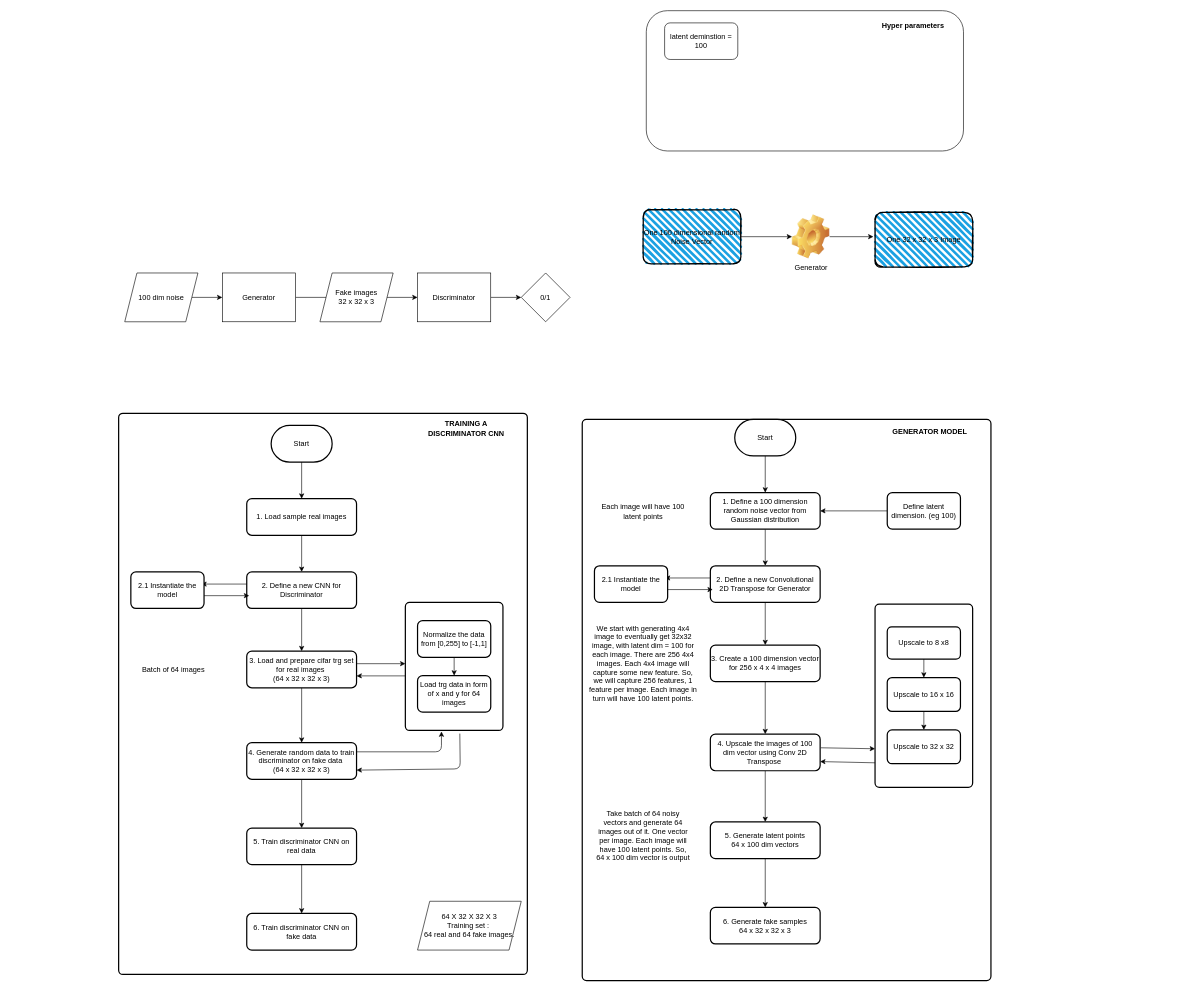
Before: _posts/concepts/genai/diagrams/gan.drawio in samratkar/samratkar.github.io, a draw.io diagram. Source tidied: cells renumbered, new cells numbered last; positions are measured from the earlier drawing's top-left corner, leaving out a move shared by most shapes. Both pictures are drawn from the tidied source at 61%, with x=0, y=0 at pixel (118, 10).
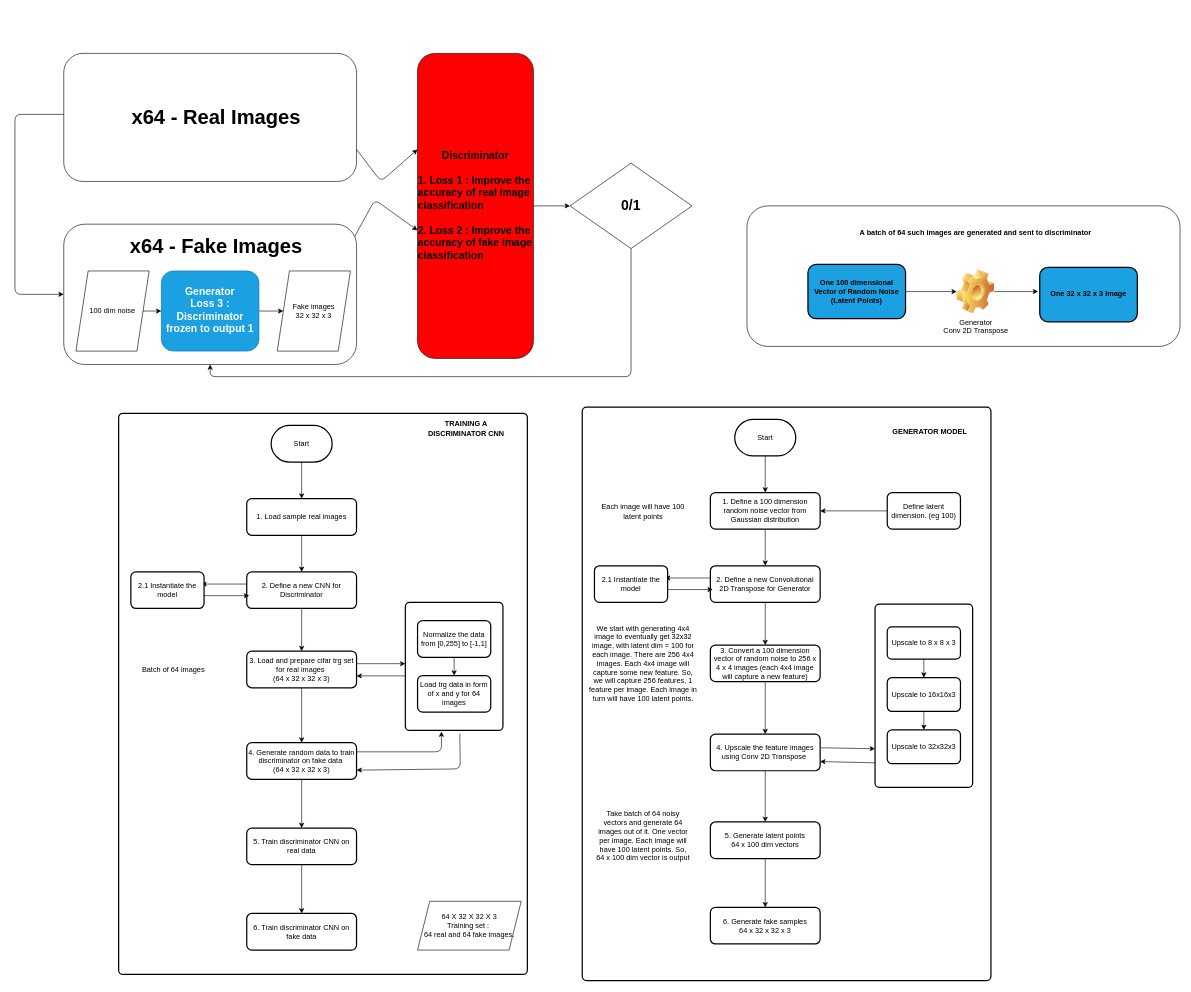
The same diagram, later.

The change refers to these unchanged cells:
```xml
<mxCell id="47" style="group;" parent="32" vertex="1">
  <mxGeometry x="480" y="300" width="160" height="310" as="geometry" />
</mxCell>
```

The edit, as a diff of the source:
```diff
@@
     <mxCell id="32" style="group;" parent="1" vertex="1">
-      <mxGeometry x="760" y="650" width="670" height="920" as="geometry" />
+      <mxGeometry x="760" y="650" width="670" height="940" as="geometry" />
     </mxCell>
     <mxCell id="33" style="rounded=1;whiteSpace=wrap;html=1;absoluteArcSize=1;arcSize=14;strokeWidth=2;" parent="32" vertex="1">
-      <mxGeometry y="20" width="670" height="920" as="geometry" />
+      <mxGeometry width="670" height="940" as="geometry" />
     </mxCell>
@@
-    <mxCell id="42" value="3. Create a 100 dimension vector for 256 x 4 x 4 images" style="whiteSpace=wrap;html=1;rounded=1;arcSize=14;strokeWidth=2;" parent="32" vertex="1">
+    <mxCell id="42" value="3. Convert a 100 dimension vector of random noise to 256 x 4 x 4 images (each 4x4 image will capture a new feature)" style="whiteSpace=wrap;html=1;rounded=1;arcSize=14;strokeWidth=2;" parent="32" vertex="1">
       <mxGeometry x="210" y="390" width="180" height="60" as="geometry" />
     </mxCell>
@@
-    <mxCell id="44" value="4. Upscale the images of 100 dim vector using Conv 2D Transpose&amp;nbsp;" style="whiteSpace=wrap;html=1;rounded=1;arcSize=14;strokeWidth=2;" parent="32" vertex="1">
+    <mxCell id="44" value="4. Upscale the feature images using Conv 2D Transpose&amp;nbsp;" style="whiteSpace=wrap;html=1;rounded=1;arcSize=14;strokeWidth=2;" parent="32" vertex="1">
       <mxGeometry x="210" y="536" width="180" height="60" as="geometry" />
     </mxCell>
@@
-    <mxCell id="50" value="Upscale to 8 x8" style="whiteSpace=wrap;html=1;rounded=1;arcSize=14;strokeWidth=2;" parent="47" vertex="1">
+    <mxCell id="50" value="Upscale to 8 x 8 x 3" style="whiteSpace=wrap;html=1;rounded=1;arcSize=14;strokeWidth=2;" parent="47" vertex="1">
       <mxGeometry x="20" y="60.3" width="120" height="52.6" as="geometry" />
     </mxCell>
@@
-    <mxCell id="52" value="Upscale to 16 x 16" style="whiteSpace=wrap;html=1;rounded=1;arcSize=14;strokeWidth=2;" parent="47" vertex="1">
+    <mxCell id="52" value="Upscale to 16x16x3" style="whiteSpace=wrap;html=1;rounded=1;arcSize=14;strokeWidth=2;" parent="47" vertex="1">
       <mxGeometry x="20" y="143.3" width="120" height="55.4" as="geometry" />
     </mxCell>
-    <mxCell id="53" value="Upscale to 32 x 32" style="whiteSpace=wrap;html=1;rounded=1;arcSize=14;strokeWidth=2;" parent="47" vertex="1">
+    <mxCell id="53" value="Upscale to 32x32x3" style="whiteSpace=wrap;html=1;rounded=1;arcSize=14;strokeWidth=2;" parent="47" vertex="1">
       <mxGeometry x="20" y="229.1" width="120" height="55.4" as="geometry" />
     </mxCell>
@@
-    <mxCell id="65" style="edgeStyle=none;html=1;" parent="1" edge="1" source="66">
-      <mxGeometry relative="1" as="geometry">
-        <mxPoint x="370" y="470" as="targetPoint" />
-      </mxGeometry>
-    </mxCell>
-    <mxCell id="66" value="Generator" style="whiteSpace=wrap;html=1;" parent="1" vertex="1">
-      <mxGeometry x="170" y="430" width="120" height="80" as="geometry" />
-    </mxCell>
-    <mxCell id="67" style="edgeStyle=none;html=1;entryX=0;entryY=0.5;entryDx=0;entryDy=0;" parent="1" edge="1" source="68" target="66">
-      <mxGeometry relative="1" as="geometry" />
-    </mxCell>
-    <mxCell id="68" value="100 dim noise" style="shape=parallelogram;perimeter=parallelogramPerimeter;whiteSpace=wrap;html=1;fixedSize=1;" parent="1" vertex="1">
-      <mxGeometry x="10" y="430" width="120" height="80" as="geometry" />
-    </mxCell>
-    <mxCell id="69" style="edgeStyle=none;html=1;" parent="1" edge="1" source="70" target="72">
-      <mxGeometry relative="1" as="geometry" />
-    </mxCell>
-    <mxCell id="70" value="Fake images&lt;div&gt;32 x 32 x 3&lt;/div&gt;" style="shape=parallelogram;perimeter=parallelogramPerimeter;whiteSpace=wrap;html=1;fixedSize=1;" parent="1" vertex="1">
-      <mxGeometry x="330" y="430" width="120" height="80" as="geometry" />
-    </mxCell>
-    <mxCell id="71" style="edgeStyle=none;html=1;entryX=0;entryY=0.5;entryDx=0;entryDy=0;" parent="1" edge="1" source="72" target="73">
-      <mxGeometry relative="1" as="geometry" />
-    </mxCell>
-    <mxCell id="72" value="Discriminator" style="whiteSpace=wrap;html=1;" parent="1" vertex="1">
-      <mxGeometry x="490" y="430" width="120" height="80" as="geometry" />
-    </mxCell>
-    <mxCell id="73" value="0/1" style="rhombus;whiteSpace=wrap;html=1;" parent="1" vertex="1">
-      <mxGeometry x="660" y="430" width="80" height="80" as="geometry" />
-    </mxCell>
-    <mxCell id="74" style="group;" parent="1" vertex="1">
-      <mxGeometry x="865" width="520" height="230" as="geometry" />
-    </mxCell>
-    <mxCell id="75" style="rounded=1;whiteSpace=wrap;html=1;" parent="74" vertex="1">
-      <mxGeometry width="520" height="230" as="geometry" />
-    </mxCell>
-    <mxCell id="76" value="latent deminstion = 100" style="rounded=1;whiteSpace=wrap;html=1;" parent="74" vertex="1">
-      <mxGeometry x="30" y="20" width="120" height="60" as="geometry" />
-    </mxCell>
-    <mxCell id="77" value="Hyper parameters" style="text;html=1;align=center;verticalAlign=middle;whiteSpace=wrap;rounded=0;fontStyle=1;" parent="74" vertex="1">
-      <mxGeometry x="375" y="10" width="125" height="30" as="geometry" />
-    </mxCell>
+    <mxCell id="83" style="group;" parent="1" vertex="1">
+      <mxGeometry x="1030" y="320" width="710" height="230.4" as="geometry" />
+    </mxCell>
+    <mxCell id="84" style="rounded=1;whiteSpace=wrap;html=1;" parent="83" vertex="1">
+      <mxGeometry width="710" height="230.4" as="geometry" />
+    </mxCell>
-    <mxCell id="78" style="edgeStyle=none;html=1;" parent="1" edge="1" source="79">
+    <mxCell id="78" style="edgeStyle=none;html=1;" parent="83" edge="1" source="79">
       <mxGeometry relative="1" as="geometry">
-        <mxPoint x="1237.3" y="370.5" as="targetPoint" />
+        <mxPoint x="477.3" y="140.5" as="targetPoint" />
       </mxGeometry>
     </mxCell>
-    <mxCell id="79" value="Generator" style="shape=image;html=1;verticalLabelPosition=bottom;verticalAlign=top;imageAspect=1;image=img/clipart/Gear_128x128.png;" parent="1" vertex="1">
-      <mxGeometry x="1104" y="334.4" width="61.5" height="72.2" as="geometry" />
+    <mxCell id="79" value="Generator&lt;div&gt;Conv 2D Transpose&lt;/div&gt;" style="shape=image;html=1;verticalLabelPosition=bottom;verticalAlign=top;imageAspect=1;image=img/clipart/Gear_128x128.png;" parent="83" vertex="1">
+      <mxGeometry x="344" y="104.4" width="61.5" height="72.2" as="geometry" />
     </mxCell>
-    <mxCell id="80" style="edgeStyle=none;html=1;" parent="1" edge="1" source="81" target="79">
+    <mxCell id="80" style="edgeStyle=none;html=1;" parent="83" edge="1" source="81" target="79">
       <mxGeometry relative="1" as="geometry" />
     </mxCell>
-    <mxCell id="81" value="One 100 dimensional random Noise Vector" style="rounded=1;whiteSpace=wrap;html=1;strokeWidth=2;fillWeight=4;hachureGap=8;hachureAngle=45;fillColor=#1ba1e2;sketch=1;" parent="1" vertex="1">
-      <mxGeometry x="860" y="326" width="160" height="89" as="geometry" />
+    <mxCell id="81" value="&lt;b&gt;&lt;font style=&quot;color: light-dark(rgb(0, 0, 0), rgb(0, 0, 0));&quot;&gt;One 100 dimensional Vector of Random Noise&lt;/font&gt;&lt;/b&gt;&lt;div&gt;&lt;b&gt;&lt;font style=&quot;color: light-dark(rgb(0, 0, 0), rgb(0, 0, 0));&quot;&gt;(Latent Points)&lt;/font&gt;&lt;/b&gt;&lt;/div&gt;" style="rounded=1;whiteSpace=wrap;html=1;strokeWidth=2;fillWeight=4;fillColor=#1ba1e2;fontColor=light-dark(#000000,#000000);" parent="83" vertex="1">
+      <mxGeometry x="100" y="96" width="160" height="89" as="geometry" />
     </mxCell>
-    <mxCell id="82" value="One 32 x 32 x 3 Image" style="rounded=1;whiteSpace=wrap;html=1;strokeWidth=2;fillWeight=4;hachureGap=8;hachureAngle=45;fillColor=#1ba1e2;sketch=1;" parent="1" vertex="1">
-      <mxGeometry x="1240" y="330.8" width="160" height="89.2" as="geometry" />
+    <mxCell id="82" value="&lt;font style=&quot;color: light-dark(rgb(0, 0, 0), rgb(0, 0, 0));&quot;&gt;One 32 x 32 x 3 Image&lt;/font&gt;" style="rounded=1;whiteSpace=wrap;html=1;strokeWidth=2;fillWeight=4;hachureGap=8;hachureAngle=45;fillColor=#1ba1e2;fontColor=light-dark(#000000,#000000);fontStyle=1;glass=0;" parent="83" vertex="1">
+      <mxGeometry x="480" y="100.8" width="160" height="89.2" as="geometry" />
     </mxCell>
+    <mxCell id="85" value="A batch of 64 such images are generated and sent to discriminator" style="text;strokeColor=none;align=center;fillColor=none;html=1;verticalAlign=middle;whiteSpace=wrap;rounded=0;fontStyle=1;" parent="83" vertex="1">
+      <mxGeometry x="114.8" y="30" width="520" height="30" as="geometry" />
+    </mxCell>
+    <mxCell id="86" style="group;" parent="1" vertex="1">
+      <mxGeometry x="-170" y="70" width="1110" height="530" as="geometry" />
+    </mxCell>
+    <mxCell id="69" style="edgeStyle=none;html=1;entryX=0;entryY=0.58;entryDx=0;entryDy=0;entryPerimeter=0;" parent="86" edge="1" source="70" target="72">
+      <mxGeometry relative="1" as="geometry">
+        <Array as="points">
+          <mxPoint x="590" y="240" />
+        </Array>
+      </mxGeometry>
+    </mxCell>
+    <mxCell id="71" style="edgeStyle=none;html=1;entryX=0;entryY=0.5;entryDx=0;entryDy=0;" parent="86" edge="1" source="72" target="73">
+      <mxGeometry relative="1" as="geometry" />
+    </mxCell>
+    <mxCell id="72" value="&lt;font style=&quot;&quot;&gt;&lt;font style=&quot;&quot;&gt;&lt;b style=&quot;background-color: transparent;&quot;&gt;&lt;font style=&quot;font-size: 17px; color: light-dark(rgb(0, 0, 0), rgb(0, 0, 0));&quot;&gt;Discriminator&lt;/font&gt;&lt;/b&gt;&lt;br&gt;&lt;/font&gt;&lt;span style=&quot;font-size: 17px;&quot;&gt;&lt;b style=&quot;&quot;&gt;&lt;br&gt;&lt;div style=&quot;text-align: left;&quot;&gt;&lt;b style=&quot;background-color: transparent; font-size: 12px;&quot;&gt;&lt;font style=&quot;font-size: 17px; color: light-dark(rgb(0, 0, 0), rgb(0, 0, 0));&quot;&gt;1. Loss 1 : Improve the accuracy of real image classification&lt;/font&gt;&lt;/b&gt;&lt;/div&gt;&lt;/b&gt;&lt;/span&gt;&lt;/font&gt;&lt;div style=&quot;text-align: left;&quot;&gt;&lt;span style=&quot;font-size: 17px;&quot;&gt;&lt;b&gt;&lt;font style=&quot;color: light-dark(rgb(0, 0, 0), rgb(0, 0, 0));&quot;&gt;&lt;br&gt;&lt;/font&gt;&lt;/b&gt;&lt;/span&gt;&lt;/div&gt;&lt;b style=&quot;background-color: transparent;&quot;&gt;&lt;div style=&quot;text-align: left;&quot;&gt;&lt;b style=&quot;background-color: transparent;&quot;&gt;&lt;font style=&quot;font-size: 17px; color: light-dark(rgb(0, 0, 0), rgb(0, 0, 0));&quot;&gt;2. Loss 2 : Improve the accuracy of fake image classification&lt;/font&gt;&lt;/b&gt;&lt;/div&gt;&lt;/b&gt;" style="whiteSpace=wrap;html=1;rounded=1;strokeColor=light-dark(#000000,#FF00FF);fillColor=#FF0000;" parent="86" vertex="1">
+      <mxGeometry x="660" width="190" height="500" as="geometry" />
+    </mxCell>
+    <mxCell id="87" style="edgeStyle=none;html=1;entryX=0.5;entryY=1;entryDx=0;entryDy=0;" parent="86" edge="1" source="73" target="89">
+      <mxGeometry relative="1" as="geometry">
+        <Array as="points">
+          <mxPoint x="1010" y="530" />
+          <mxPoint x="320" y="530" />
+        </Array>
+      </mxGeometry>
+    </mxCell>
+    <mxCell id="73" value="&lt;font style=&quot;font-size: 23px;&quot;&gt;&lt;b&gt;0/1&lt;/b&gt;&lt;/font&gt;" style="rhombus;whiteSpace=wrap;html=1;" parent="86" vertex="1">
+      <mxGeometry x="910" y="180" width="200" height="140" as="geometry" />
+    </mxCell>
+    <mxCell id="88" style="group;" parent="86" vertex="1">
+      <mxGeometry x="80" y="280" width="480" height="230" as="geometry" />
+    </mxCell>
+    <mxCell id="89" style="rounded=1;whiteSpace=wrap;html=1;" parent="88" vertex="1">
+      <mxGeometry width="480" height="230" as="geometry" />
+    </mxCell>
+    <mxCell id="65" style="edgeStyle=none;html=1;entryX=0;entryY=0.5;entryDx=0;entryDy=0;" parent="88" edge="1" source="66" target="70">
+      <mxGeometry relative="1" as="geometry" />
+    </mxCell>
+    <mxCell id="66" value="Generator&lt;div&gt;Loss 3 : Discriminator frozen to output 1&lt;/div&gt;" style="whiteSpace=wrap;html=1;fillColor=#1ba1e2;fontColor=#ffffff;strokeColor=#006EAF;fontStyle=1;fontSize=17;rounded=1;" parent="88" vertex="1">
+      <mxGeometry x="160" y="76.7" width="160" height="131.4" as="geometry" />
+    </mxCell>
+    <mxCell id="67" style="edgeStyle=none;html=1;entryX=0;entryY=0.5;entryDx=0;entryDy=0;" parent="88" edge="1" source="68" target="66">
+      <mxGeometry relative="1" as="geometry" />
+    </mxCell>
+    <mxCell id="68" value="100 dim noise" style="shape=parallelogram;perimeter=parallelogramPerimeter;whiteSpace=wrap;html=1;fixedSize=1;" parent="88" vertex="1">
+      <mxGeometry x="20" y="76.7" width="120" height="131.4" as="geometry" />
+    </mxCell>
+    <mxCell id="70" value="Fake images&lt;div&gt;32 x 32 x 3&lt;/div&gt;" style="shape=parallelogram;perimeter=parallelogramPerimeter;whiteSpace=wrap;html=1;fixedSize=1;" parent="88" vertex="1">
+      <mxGeometry x="350" y="76.7" width="120" height="131.4" as="geometry" />
+    </mxCell>
+    <mxCell id="90" value="&lt;font style=&quot;font-size: 33px;&quot;&gt;&lt;b&gt;x64 - Fake Images&lt;/b&gt;&lt;/font&gt;" style="text;strokeColor=none;align=center;fillColor=none;html=1;verticalAlign=middle;whiteSpace=wrap;rounded=0;" parent="88" vertex="1">
+      <mxGeometry x="100" y="18.2" width="300" height="32.9" as="geometry" />
+    </mxCell>
+    <mxCell id="91" style="group;" parent="86" vertex="1">
+      <mxGeometry x="80" width="480" height="210" as="geometry" />
+    </mxCell>
+    <mxCell id="92" style="rounded=1;whiteSpace=wrap;html=1;" parent="91" vertex="1">
+      <mxGeometry width="480" height="210" as="geometry" />
+    </mxCell>
+    <mxCell id="93" value="&lt;font style=&quot;font-size: 33px;&quot;&gt;&lt;b&gt;x64 - Real Images&lt;/b&gt;&lt;/font&gt;" style="text;strokeColor=none;align=center;fillColor=none;html=1;verticalAlign=middle;whiteSpace=wrap;rounded=0;" parent="91" vertex="1">
+      <mxGeometry x="100" y="90" width="300" height="30" as="geometry" />
+    </mxCell>
+    <mxCell id="94" style="edgeStyle=none;html=1;entryX=0;entryY=0.315;entryDx=0;entryDy=0;entryPerimeter=0;exitX=1;exitY=0.75;exitDx=0;exitDy=0;" parent="86" edge="1" source="92" target="72">
+      <mxGeometry relative="1" as="geometry">
+        <Array as="points">
+          <mxPoint x="600" y="210" />
+        </Array>
+      </mxGeometry>
+    </mxCell>
+    <mxCell id="95" style="edgeStyle=none;html=1;entryX=0;entryY=0.5;entryDx=0;entryDy=0;" parent="86" edge="1" target="89">
+      <mxGeometry relative="1" as="geometry">
+        <mxPoint x="80" y="100" as="sourcePoint" />
+        <Array as="points">
+          <mxPoint y="100" />
+          <mxPoint y="280" />
+          <mxPoint y="395" />
+        </Array>
+      </mxGeometry>
+    </mxCell>
```
